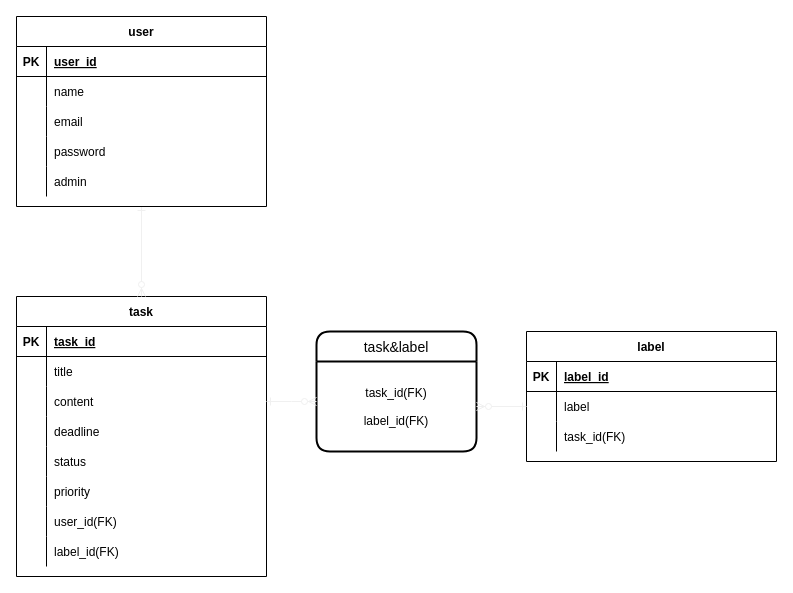
shimta020/DIC_manyou keeps this draw.io diagram as 万葉step1.drawio. Above is the earlier version. Source tidied: cells renumbered, new cells numbered last; positions are measured from the earlier drawing's top-left corner, leaving out a move shared by most shapes. Both pictures are drawn from the tidied source at 100%, with x=0, y=0 at pixel (16, 16).
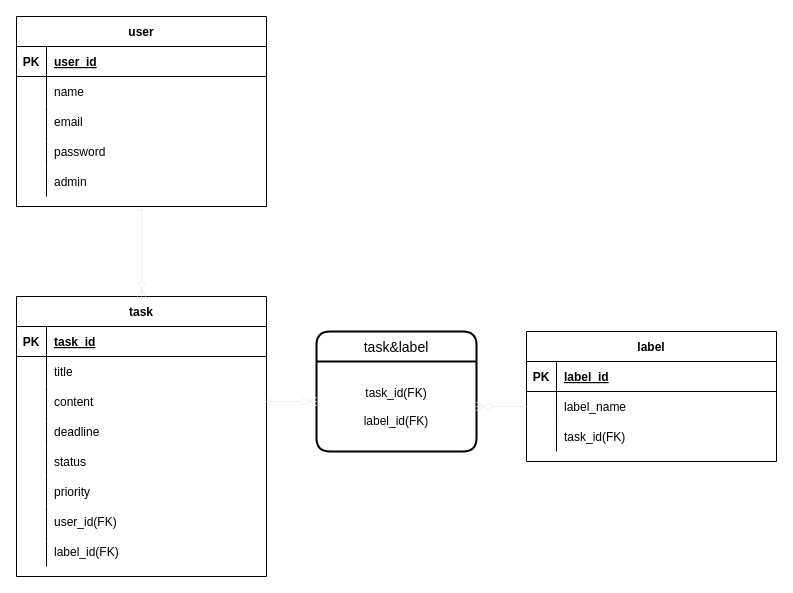
After the change.

Commit message (it also covers changes not shown here):
label-taskの関連付け実装

Unchanged cells that the change refers to:
```xml
<mxCell id="31" style="shape=partialRectangle;fillColor=none;points=[[0,0.5],[1,0.5]];portConstraint=eastwest;top=0;left=0;right=0;bottom=0;" parent="27" vertex="1">
  <mxGeometry y="60" width="250" height="30" as="geometry" />
</mxCell>
```

Change to the diagram source:
```diff
@@
-    <mxCell id="33" value="label" style="shape=partialRectangle;overflow=hidden;fillColor=none;top=0;left=0;bottom=0;right=0;align=left;spacingLeft=6;" parent="31" vertex="1">
+    <mxCell id="33" value="label_name" style="shape=partialRectangle;overflow=hidden;fillColor=none;top=0;left=0;bottom=0;right=0;align=left;spacingLeft=6;" parent="31" vertex="1">
       <mxGeometry x="30" width="220" height="30" as="geometry" />
     </mxCell>
```
